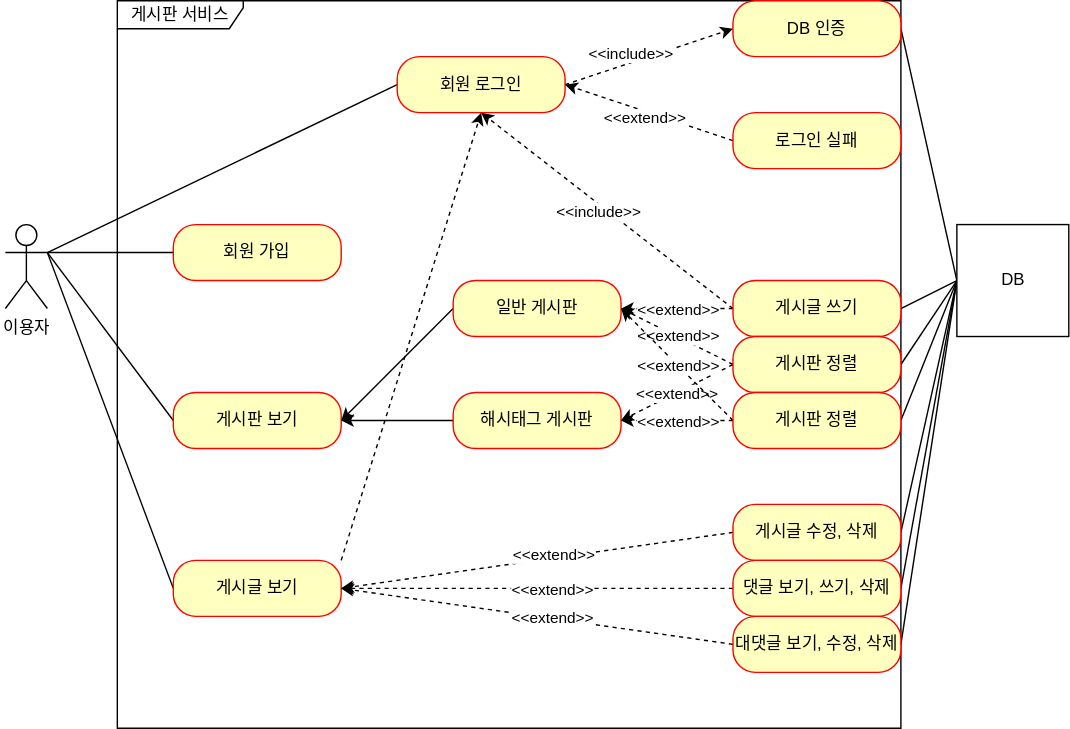
This is document/use-case.svg from cpwoo/ProjectBoard, a draw.io export, as it was before one commit. Source tidied: cells renumbered, new cells last; positions are measured from the earlier drawing's top-left corner, leaving out a move shared by most shapes.
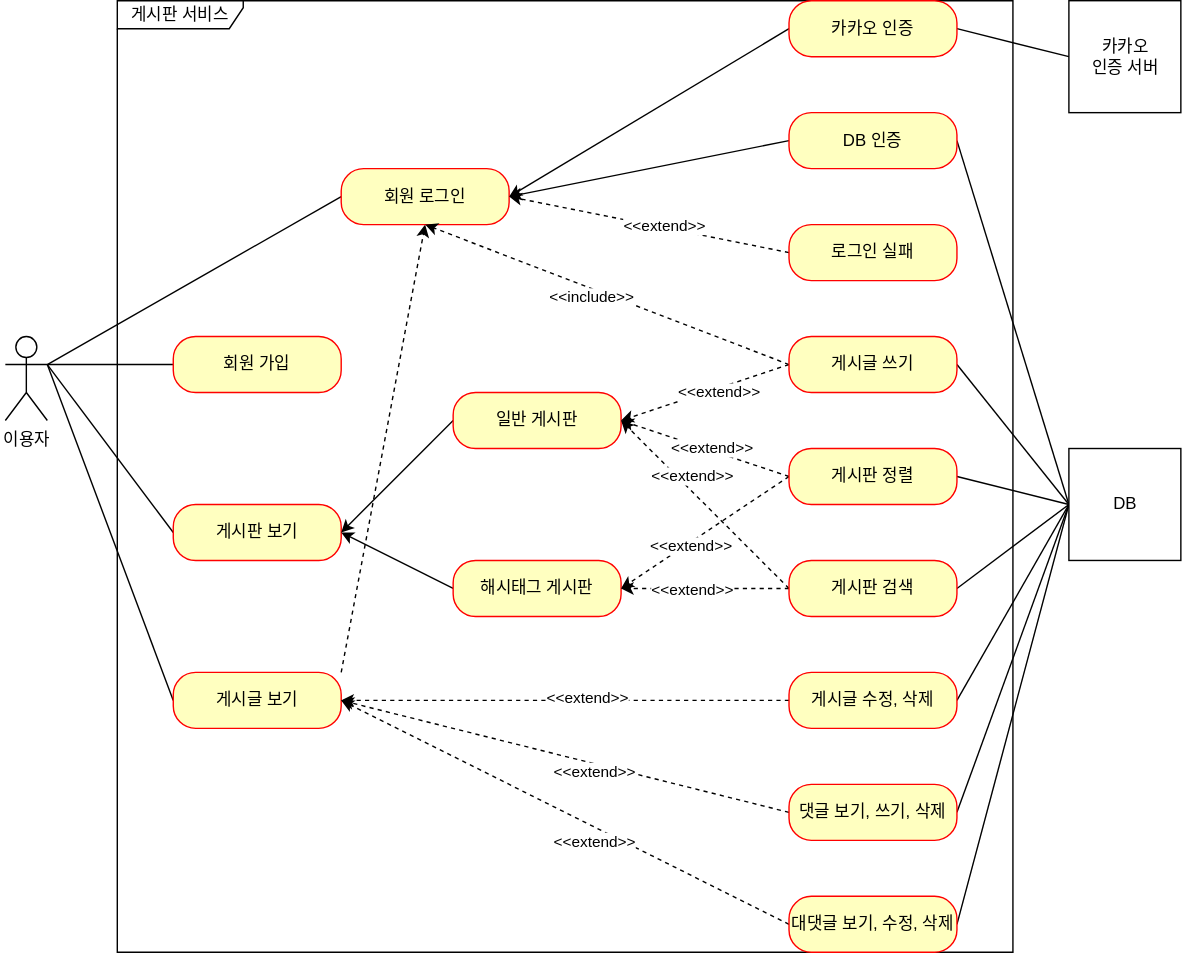
The same diagram one commit later.

Commit message:
#56 - use-case.svg: 카카오 인증 유즈 케이스 추가

Diff of the diagram source:
```diff
@@ -6,7 +6,7 @@
       <mxGeometry y="160" width="30" height="60" as="geometry" />
     </mxCell>
     <mxCell id="3" value="게시판 서비스" style="shape=umlFrame;whiteSpace=wrap;html=1;width=90;height=20;" parent="1" vertex="1">
-      <mxGeometry x="80" width="560" height="520" as="geometry" />
+      <mxGeometry x="80" y="-80" width="640" height="680" as="geometry" />
     </mxCell>
     <mxCell id="4" style="rounded=0;jettySize=auto;html=1;exitX=0;exitY=0.5;exitDx=0;exitDy=0;entryX=1;entryY=0.3333333333333333;entryDx=0;entryDy=0;entryPerimeter=0;endArrow=none;endFill=0;" parent="1" edge="1" source="5" target="2">
       <mxGeometry relative="1" as="geometry" />
@@ -32,39 +32,34 @@
     <mxCell id="11" style="edgeStyle=none;rounded=0;jettySize=auto;html=1;exitX=1;exitY=0.5;exitDx=0;exitDy=0;entryX=0;entryY=0.5;entryDx=0;entryDy=0;endArrow=none;endFill=0;" parent="1" edge="1" source="12" target="30">
       <mxGeometry relative="1" as="geometry" />
     </mxCell>
+    <mxCell id="55" style="edgeStyle=none;rounded=0;jettySize=auto;html=1;exitX=0;exitY=0.5;exitDx=0;exitDy=0;entryX=1;entryY=0.5;entryDx=0;entryDy=0;endArrow=classic;endFill=1;" parent="1" edge="1" source="12" target="16">
+      <mxGeometry relative="1" as="geometry" />
+    </mxCell>
     <mxCell id="12" value="DB 인증" style="rounded=1;whiteSpace=wrap;html=1;arcSize=40;fontColor=#000000;fillColor=#ffffc0;strokeColor=#ff0000;" parent="1" vertex="1">
-      <mxGeometry x="520" width="120" height="40" as="geometry" />
+      <mxGeometry x="560" width="120" height="40" as="geometry" />
     </mxCell>
     <mxCell id="13" style="edgeStyle=none;rounded=0;jettySize=auto;html=1;exitX=0;exitY=0.5;exitDx=0;exitDy=0;endArrow=none;endFill=0;entryX=1;entryY=0.3333333333333333;entryDx=0;entryDy=0;entryPerimeter=0;" parent="1" edge="1" source="16" target="2">
       <mxGeometry relative="1" as="geometry" />
     </mxCell>
-    <mxCell id="14" style="edgeStyle=none;rounded=0;jettySize=auto;html=1;exitX=1;exitY=0.5;exitDx=0;exitDy=0;entryX=0;entryY=0.5;entryDx=0;entryDy=0;endArrow=classic;endFill=1;dashed=1;" parent="1" edge="1" source="16" target="12">
-      <mxGeometry relative="1" as="geometry" />
-    </mxCell>
-    <mxCell id="15" value="&amp;lt;&amp;lt;include&amp;gt;&amp;gt;" style="edgeLabel;html=1;align=center;verticalAlign=middle;" parent="14" vertex="1">
-      <mxGeometry x="0.1" y="-1" relative="1" as="geometry">
-        <mxPoint x="-20" y="-1" as="offset" />
-      </mxGeometry>
-    </mxCell>
     <mxCell id="16" value="회원 로그인" style="rounded=1;whiteSpace=wrap;html=1;arcSize=40;fontColor=#000000;fillColor=#ffffc0;strokeColor=#ff0000;" parent="1" vertex="1">
-      <mxGeometry x="280" y="40" width="120" height="40" as="geometry" />
+      <mxGeometry x="240" y="40" width="120" height="40" as="geometry" />
     </mxCell>
     <mxCell id="17" style="edgeStyle=none;rounded=0;jettySize=auto;html=1;exitX=0;exitY=0.5;exitDx=0;exitDy=0;entryX=1;entryY=0.5;entryDx=0;entryDy=0;dashed=1;endArrow=classic;endFill=1;" parent="1" edge="1" source="19" target="16">
       <mxGeometry relative="1" as="geometry" />
     </mxCell>
     <mxCell id="18" value="&amp;lt;&amp;lt;extend&amp;gt;&amp;gt;" style="edgeLabel;html=1;align=center;verticalAlign=middle;" parent="17" vertex="1">
       <mxGeometry x="0.18" relative="1" as="geometry">
-        <mxPoint x="8" y="7" as="offset" />
+        <mxPoint x="28" y="4" as="offset" />
       </mxGeometry>
     </mxCell>
     <mxCell id="19" value="로그인 실패" style="rounded=1;whiteSpace=wrap;html=1;arcSize=40;fontColor=#000000;fillColor=#ffffc0;strokeColor=#ff0000;" parent="1" vertex="1">
-      <mxGeometry x="520" y="80" width="120" height="40" as="geometry" />
+      <mxGeometry x="560" y="80" width="120" height="40" as="geometry" />
     </mxCell>
     <mxCell id="20" style="edgeStyle=none;rounded=0;jettySize=auto;html=1;exitX=0;exitY=0.5;exitDx=0;exitDy=0;entryX=1;entryY=0.5;entryDx=0;entryDy=0;endArrow=classic;endFill=1;" parent="1" edge="1" source="21" target="7">
       <mxGeometry relative="1" as="geometry" />
     </mxCell>
     <mxCell id="21" value="해시태그 게시판" style="rounded=1;whiteSpace=wrap;html=1;arcSize=40;fontColor=#000000;fillColor=#ffffc0;strokeColor=#ff0000;" parent="1" vertex="1">
-      <mxGeometry x="320" y="280" width="120" height="40" as="geometry" />
+      <mxGeometry x="320" y="320" width="120" height="40" as="geometry" />
     </mxCell>
     <mxCell id="22" style="edgeStyle=none;rounded=0;jettySize=auto;html=1;exitX=0;exitY=0.5;exitDx=0;exitDy=0;entryX=1;entryY=0.5;entryDx=0;entryDy=0;endArrow=classic;endFill=1;" parent="1" edge="1" source="23" target="7">
       <mxGeometry relative="1" as="geometry" />
@@ -91,26 +86,26 @@
       <mxGeometry relative="1" as="geometry" />
     </mxCell>
     <mxCell id="30" value="DB" style="html=1;" parent="1" vertex="1">
-      <mxGeometry x="680" y="160" width="80" height="80" as="geometry" />
+      <mxGeometry x="760" y="240" width="80" height="80" as="geometry" />
     </mxCell>
+    <mxCell id="33" style="edgeStyle=none;rounded=0;jettySize=auto;html=1;exitX=0;exitY=0.5;exitDx=0;exitDy=0;entryX=0.5;entryY=1;entryDx=0;entryDy=0;dashed=1;endArrow=classic;endFill=1;" parent="1" edge="1" source="35" target="16">
+      <mxGeometry relative="1" as="geometry" />
+    </mxCell>
+    <mxCell id="34" value="&amp;lt;&amp;lt;include&amp;gt;&amp;gt;" style="edgeLabel;html=1;align=center;verticalAlign=middle;" parent="33" vertex="1">
+      <mxGeometry x="0.1" y="-4" relative="1" as="geometry">
+        <mxPoint y="10" as="offset" />
+      </mxGeometry>
+    </mxCell>
-    <mxCell id="31" style="edgeStyle=none;rounded=0;jettySize=auto;html=1;exitX=0;exitY=0.5;exitDx=0;exitDy=0;endArrow=classic;endFill=1;dashed=1;" parent="1" edge="1" source="35" target="23">
+    <mxCell id="31" style="rounded=0;jettySize=auto;html=1;exitX=0;exitY=0.5;exitDx=0;exitDy=0;entryX=1;entryY=0.5;entryDx=0;entryDy=0;dashed=1;" parent="1" edge="1" source="35" target="23">
       <mxGeometry relative="1" as="geometry" />
     </mxCell>
     <mxCell id="32" value="&amp;lt;&amp;lt;extend&amp;gt;&amp;gt;" style="edgeLabel;html=1;align=center;verticalAlign=middle;" parent="31" vertex="1">
-      <mxGeometry x="-0.36" y="-1" relative="1" as="geometry">
-        <mxPoint x="-14" y="1" as="offset" />
+      <mxGeometry x="-0.31" y="-1" relative="1" as="geometry">
+        <mxPoint x="-8" y="7" as="offset" />
       </mxGeometry>
     </mxCell>
-    <mxCell id="33" style="edgeStyle=none;rounded=0;jettySize=auto;html=1;exitX=0;exitY=0.5;exitDx=0;exitDy=0;entryX=0.5;entryY=1;entryDx=0;entryDy=0;dashed=1;endArrow=classic;endFill=1;" parent="1" edge="1" source="35" target="16">
-      <mxGeometry relative="1" as="geometry" />
-    </mxCell>
-    <mxCell id="34" value="&amp;lt;&amp;lt;include&amp;gt;&amp;gt;" style="edgeLabel;html=1;align=center;verticalAlign=middle;" parent="33" vertex="1">
-      <mxGeometry x="0.1" y="-4" relative="1" as="geometry">
-        <mxPoint y="10" as="offset" />
-      </mxGeometry>
-    </mxCell>
     <mxCell id="35" value="게시글 쓰기" style="rounded=1;whiteSpace=wrap;html=1;arcSize=40;fontColor=#000000;fillColor=#ffffc0;strokeColor=#ff0000;" parent="1" vertex="1">
-      <mxGeometry x="520" y="200" width="120" height="40" as="geometry" />
+      <mxGeometry x="560" y="160" width="120" height="40" as="geometry" />
     </mxCell>
     <mxCell id="36" style="edgeStyle=none;rounded=0;jettySize=auto;html=1;exitX=0;exitY=0.5;exitDx=0;exitDy=0;entryX=1;entryY=0.5;entryDx=0;entryDy=0;dashed=1;endArrow=classic;endFill=1;" parent="1" edge="1" source="40" target="23">
       <mxGeometry relative="1" as="geometry" />
@@ -125,11 +120,11 @@
     </mxCell>
     <mxCell id="39" value="&amp;lt;&amp;lt;extend&amp;gt;&amp;gt;" style="edgeLabel;html=1;align=center;verticalAlign=middle;" parent="38" vertex="1">
       <mxGeometry x="-0.33" y="3" relative="1" as="geometry">
-        <mxPoint x="-15" y="4" as="offset" />
+        <mxPoint x="-31" y="20" as="offset" />
       </mxGeometry>
     </mxCell>
     <mxCell id="40" value="게시판 정렬" style="rounded=1;whiteSpace=wrap;html=1;arcSize=40;fontColor=#000000;fillColor=#ffffc0;strokeColor=#ff0000;" parent="1" vertex="1">
-      <mxGeometry x="520" y="240" width="120" height="40" as="geometry" />
+      <mxGeometry x="560" y="240" width="120" height="40" as="geometry" />
     </mxCell>
     <mxCell id="41" style="edgeStyle=none;rounded=0;jettySize=auto;html=1;exitX=0;exitY=0.5;exitDx=0;exitDy=0;entryX=1;entryY=0.5;entryDx=0;entryDy=0;dashed=1;endArrow=classic;endFill=1;" parent="1" edge="1" source="43" target="10">
       <mxGeometry relative="1" as="geometry" />
@@ -138,26 +133,26 @@
       <mxGeometry x="-0.09" y="-3" relative="1" as="geometry" />
     </mxCell>
     <mxCell id="43" value="게시글 수정, 삭제" style="rounded=1;whiteSpace=wrap;html=1;arcSize=40;fontColor=#000000;fillColor=#ffffc0;strokeColor=#ff0000;" parent="1" vertex="1">
-      <mxGeometry x="520" y="360" width="120" height="40" as="geometry" />
+      <mxGeometry x="560" y="400" width="120" height="40" as="geometry" />
     </mxCell>
     <mxCell id="44" style="edgeStyle=none;rounded=0;jettySize=auto;html=1;exitX=0;exitY=0.5;exitDx=0;exitDy=0;entryX=1;entryY=0.5;entryDx=0;entryDy=0;dashed=1;endArrow=classic;endFill=1;" parent="1" edge="1" source="45" target="10">
       <mxGeometry relative="1" as="geometry" />
     </mxCell>
     <mxCell id="45" value="댓글 보기, 쓰기, 삭제" style="rounded=1;whiteSpace=wrap;html=1;arcSize=40;fontColor=#000000;fillColor=#ffffc0;strokeColor=#ff0000;" parent="1" vertex="1">
-      <mxGeometry x="520" y="400" width="120" height="40" as="geometry" />
+      <mxGeometry x="560" y="480" width="120" height="40" as="geometry" />
     </mxCell>
     <mxCell id="46" style="edgeStyle=none;rounded=0;jettySize=auto;html=1;exitX=0;exitY=0.5;exitDx=0;exitDy=0;entryX=1;entryY=0.5;entryDx=0;entryDy=0;dashed=1;endArrow=classic;endFill=1;" parent="1" edge="1" source="47" target="10">
       <mxGeometry relative="1" as="geometry" />
     </mxCell>
     <mxCell id="47" value="대댓글 보기, 수정, 삭제" style="rounded=1;whiteSpace=wrap;html=1;arcSize=40;fontColor=#000000;fillColor=#ffffc0;strokeColor=#ff0000;" parent="1" vertex="1">
-      <mxGeometry x="520" y="440" width="120" height="40" as="geometry" />
+      <mxGeometry x="560" y="560" width="120" height="40" as="geometry" />
     </mxCell>
     <mxCell id="48" style="edgeStyle=none;rounded=0;jettySize=auto;html=1;exitX=0;exitY=0.5;exitDx=0;exitDy=0;entryX=1;entryY=0.5;entryDx=0;entryDy=0;dashed=1;endArrow=classic;endFill=1;" parent="1" edge="1" source="52" target="23">
       <mxGeometry relative="1" as="geometry" />
     </mxCell>
     <mxCell id="49" value="&amp;lt;&amp;lt;extend&amp;gt;&amp;gt;" style="edgeLabel;html=1;align=center;verticalAlign=middle;" parent="48" vertex="1">
       <mxGeometry x="-0.68" y="-3" relative="1" as="geometry">
-        <mxPoint x="-29" y="-25" as="offset" />
+        <mxPoint x="-53" y="-59" as="offset" />
       </mxGeometry>
     </mxCell>
     <mxCell id="50" style="edgeStyle=none;rounded=0;jettySize=auto;html=1;exitX=0;exitY=0.5;exitDx=0;exitDy=0;entryX=1;entryY=0.5;entryDx=0;entryDy=0;dashed=1;endArrow=classic;endFill=1;" parent="1" edge="1" source="52" target="21">
@@ -165,17 +160,29 @@
     </mxCell>
     <mxCell id="51" value="&amp;lt;&amp;lt;extend&amp;gt;&amp;gt;" style="edgeLabel;html=1;align=center;verticalAlign=middle;" parent="50" vertex="1">
       <mxGeometry x="-0.28" y="-3" relative="1" as="geometry">
-        <mxPoint x="-11" y="3" as="offset" />
+        <mxPoint x="-27" y="3" as="offset" />
       </mxGeometry>
     </mxCell>
-    <mxCell id="52" value="게시판 정렬" style="rounded=1;whiteSpace=wrap;html=1;arcSize=40;fontColor=#000000;fillColor=#ffffc0;strokeColor=#ff0000;" parent="1" vertex="1">
-      <mxGeometry x="520" y="280" width="120" height="40" as="geometry" />
+    <mxCell id="52" value="게시판 검색" style="rounded=1;whiteSpace=wrap;html=1;arcSize=40;fontColor=#000000;fillColor=#ffffc0;strokeColor=#ff0000;" parent="1" vertex="1">
+      <mxGeometry x="560" y="320" width="120" height="40" as="geometry" />
     </mxCell>
     <mxCell id="53" value="&amp;lt;&amp;lt;extend&amp;gt;&amp;gt;" style="edgeLabel;html=1;align=center;verticalAlign=middle;" parent="1" vertex="1">
-      <mxGeometry x="390" y="420" as="geometry" />
+      <mxGeometry x="420" y="470" as="geometry" />
     </mxCell>
     <mxCell id="54" value="&amp;lt;&amp;lt;extend&amp;gt;&amp;gt;" style="edgeLabel;html=1;align=center;verticalAlign=middle;" parent="1" vertex="1">
-      <mxGeometry x="390" y="440" as="geometry" />
+      <mxGeometry x="420" y="520" as="geometry" />
     </mxCell>
+    <mxCell id="56" value="카카오&lt;br&gt;인증 서버" style="html=1;" parent="1" vertex="1">
+      <mxGeometry x="760" y="-80" width="80" height="80" as="geometry" />
+    </mxCell>
+    <mxCell id="57" style="edgeStyle=none;rounded=0;jettySize=auto;html=1;exitX=1;exitY=0.5;exitDx=0;exitDy=0;entryX=0;entryY=0.5;entryDx=0;entryDy=0;endArrow=none;endFill=0;" parent="1" edge="1" source="59" target="56">
+      <mxGeometry relative="1" as="geometry" />
+    </mxCell>
+    <mxCell id="58" style="edgeStyle=none;rounded=0;jettySize=auto;html=1;exitX=0;exitY=0.5;exitDx=0;exitDy=0;entryX=1;entryY=0.5;entryDx=0;entryDy=0;endArrow=classic;endFill=1;" parent="1" edge="1" source="59" target="16">
+      <mxGeometry relative="1" as="geometry" />
+    </mxCell>
+    <mxCell id="59" value="카카오 인증" style="rounded=1;whiteSpace=wrap;html=1;arcSize=40;fontColor=#000000;fillColor=#ffffc0;strokeColor=#ff0000;" parent="1" vertex="1">
+      <mxGeometry x="560" y="-80" width="120" height="40" as="geometry" />
+    </mxCell>
   </root>
 </mxGraphModel>
```
